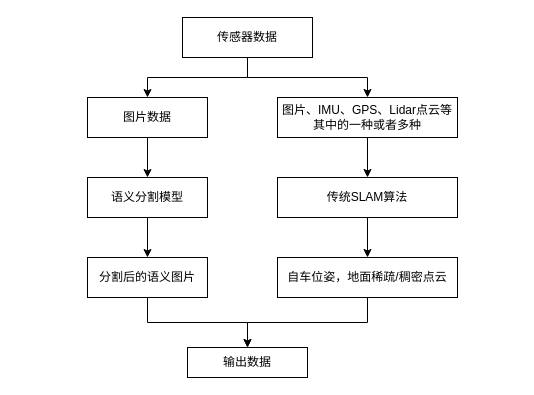
The draw.io diagram mesh_2.drawio in DRosemei/draw.io, before the edit. Source tidied: cells renumbered, new cells numbered last; positions are measured from the earlier drawing's top-left corner, leaving out a move shared by most shapes. Both pictures are drawn from the tidied source at 100%, with x=0, y=0 at pixel (87, 17).
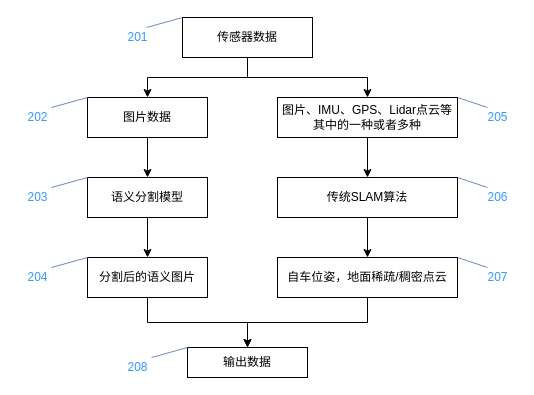
The same page after the edit.

The change refers to these unchanged cells:
```xml
<mxCell id="4" value="传感器数据" style="rounded=0;whiteSpace=wrap;html=1;" parent="1" vertex="1">
  <mxGeometry x="95" width="130" height="40" as="geometry" />
</mxCell>
```

Diff of the diagram source:
```diff
@@
+    <mxCell id="18" style="endArrow=none;html=1;rounded=0;entryX=0;entryY=0;entryDx=0;entryDy=0;fillColor=#dae8fc;strokeColor=#6c8ebf;exitX=0.725;exitY=0;exitDx=0;exitDy=0;exitPerimeter=0;" parent="1" edge="1" source="19" target="4">
+      <mxGeometry relative="1" as="geometry" />
+    </mxCell>
+    <mxCell id="19" value="&lt;font color=&quot;#3399ff&quot;&gt;201&lt;/font&gt;" style="text;html=1;align=center;verticalAlign=middle;points=[];strokeColor=none;fillColor=none;" parent="1" vertex="1">
+      <mxGeometry x="30" y="10" width="40" height="20" as="geometry" />
+    </mxCell>
+    <mxCell id="20" style="endArrow=none;html=1;rounded=0;entryX=0;entryY=0;entryDx=0;entryDy=0;fillColor=#dae8fc;strokeColor=#6c8ebf;exitX=0.725;exitY=0;exitDx=0;exitDy=0;exitPerimeter=0;" parent="1" edge="1">
+      <mxGeometry relative="1" as="geometry">
+        <mxPoint x="-36" y="90" as="sourcePoint" />
+        <mxPoint y="80" as="targetPoint" />
+      </mxGeometry>
+    </mxCell>
+    <mxCell id="21" style="endArrow=none;html=1;rounded=0;entryX=0;entryY=0;entryDx=0;entryDy=0;fillColor=#dae8fc;strokeColor=#6c8ebf;exitX=0.725;exitY=0;exitDx=0;exitDy=0;exitPerimeter=0;" parent="1" edge="1">
+      <mxGeometry relative="1" as="geometry">
+        <mxPoint x="-36" y="170" as="sourcePoint" />
+        <mxPoint y="160" as="targetPoint" />
+      </mxGeometry>
+    </mxCell>
+    <mxCell id="22" style="endArrow=none;html=1;rounded=0;entryX=0;entryY=0;entryDx=0;entryDy=0;fillColor=#dae8fc;strokeColor=#6c8ebf;exitX=0.725;exitY=0;exitDx=0;exitDy=0;exitPerimeter=0;" parent="1" edge="1">
+      <mxGeometry relative="1" as="geometry">
+        <mxPoint x="-36" y="250" as="sourcePoint" />
+        <mxPoint y="240" as="targetPoint" />
+      </mxGeometry>
+    </mxCell>
+    <mxCell id="23" style="endArrow=none;html=1;rounded=0;fillColor=#dae8fc;strokeColor=#6c8ebf;exitX=0.725;exitY=0;exitDx=0;exitDy=0;exitPerimeter=0;" parent="1" edge="1">
+      <mxGeometry relative="1" as="geometry">
+        <mxPoint x="370" y="80" as="sourcePoint" />
+        <mxPoint x="400" y="90" as="targetPoint" />
+      </mxGeometry>
+    </mxCell>
+    <mxCell id="24" style="endArrow=none;html=1;rounded=0;fillColor=#dae8fc;strokeColor=#6c8ebf;exitX=0.725;exitY=0;exitDx=0;exitDy=0;exitPerimeter=0;" parent="1" edge="1">
+      <mxGeometry relative="1" as="geometry">
+        <mxPoint x="370" y="160" as="sourcePoint" />
+        <mxPoint x="400" y="170" as="targetPoint" />
+      </mxGeometry>
+    </mxCell>
+    <mxCell id="25" style="endArrow=none;html=1;rounded=0;fillColor=#dae8fc;strokeColor=#6c8ebf;exitX=0.725;exitY=0;exitDx=0;exitDy=0;exitPerimeter=0;" parent="1" edge="1">
+      <mxGeometry relative="1" as="geometry">
+        <mxPoint x="370" y="240" as="sourcePoint" />
+        <mxPoint x="400" y="250" as="targetPoint" />
+      </mxGeometry>
+    </mxCell>
+    <mxCell id="26" value="&lt;font color=&quot;#3399ff&quot;&gt;202&lt;/font&gt;" style="text;html=1;align=center;verticalAlign=middle;strokeColor=none;fillColor=none;" parent="1" vertex="1">
+      <mxGeometry x="-70" y="90" width="40" height="20" as="geometry" />
+    </mxCell>
+    <mxCell id="27" value="&lt;font color=&quot;#3399ff&quot;&gt;203&lt;/font&gt;" style="text;html=1;align=center;verticalAlign=middle;strokeColor=none;fillColor=none;" parent="1" vertex="1">
+      <mxGeometry x="-70" y="170" width="40" height="20" as="geometry" />
+    </mxCell>
+    <mxCell id="28" value="&lt;font color=&quot;#3399ff&quot;&gt;204&lt;/font&gt;" style="text;html=1;align=center;verticalAlign=middle;strokeColor=none;fillColor=none;" parent="1" vertex="1">
+      <mxGeometry x="-70" y="250" width="40" height="20" as="geometry" />
+    </mxCell>
+    <mxCell id="29" value="&lt;font color=&quot;#3399ff&quot;&gt;205&lt;/font&gt;" style="text;html=1;align=center;verticalAlign=middle;strokeColor=none;fillColor=none;" parent="1" vertex="1">
+      <mxGeometry x="390" y="90" width="40" height="20" as="geometry" />
+    </mxCell>
+    <mxCell id="30" value="&lt;font color=&quot;#3399ff&quot;&gt;206&lt;/font&gt;" style="text;html=1;align=center;verticalAlign=middle;strokeColor=none;fillColor=none;" parent="1" vertex="1">
+      <mxGeometry x="390" y="170" width="40" height="20" as="geometry" />
+    </mxCell>
+    <mxCell id="31" value="&lt;font color=&quot;#3399ff&quot;&gt;207&lt;/font&gt;" style="text;html=1;align=center;verticalAlign=middle;strokeColor=none;fillColor=none;" parent="1" vertex="1">
+      <mxGeometry x="390" y="250" width="40" height="20" as="geometry" />
+    </mxCell>
+    <mxCell id="32" style="endArrow=none;html=1;rounded=0;entryX=0;entryY=0;entryDx=0;entryDy=0;fillColor=#dae8fc;strokeColor=#6c8ebf;exitX=0.725;exitY=0;exitDx=0;exitDy=0;exitPerimeter=0;" parent="1" edge="1">
+      <mxGeometry relative="1" as="geometry">
+        <mxPoint x="64" y="340" as="sourcePoint" />
+        <mxPoint x="100" y="330" as="targetPoint" />
+      </mxGeometry>
+    </mxCell>
+    <mxCell id="33" value="&lt;font color=&quot;#3399ff&quot;&gt;208&lt;/font&gt;" style="text;html=1;align=center;verticalAlign=middle;strokeColor=none;fillColor=none;" parent="1" vertex="1">
+      <mxGeometry x="30" y="340" width="40" height="20" as="geometry" />
+    </mxCell>
```
